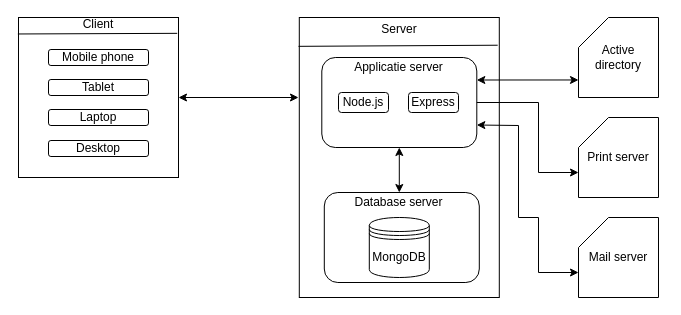
This is koeskoes/5.PostGame/Documenten/Software Guidebook/assets/infrastructure_architecture/infrastructure_architecture.drawio from HANICA-DWA/sep2021-project-koeskoes, a draw.io file, before an edit. Source tidied: cells renumbered, new cells numbered last; positions are measured from the earlier drawing's top-left corner, leaving out a move shared by most shapes. Both pictures are drawn from the tidied source at 100%, with x=0, y=0 at pixel (18, 17).
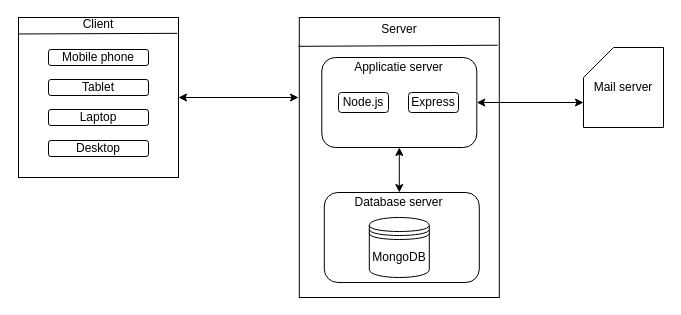
The same page after the edit.

Commit message (it also covers changes not shown here):
2 dingen weggehaald die wij niet hebben

Unchanged cells that the change refers to:
```xml
<mxCell id="17" style="rounded=1;whiteSpace=wrap;html=1;" parent="10" vertex="1">
  <mxGeometry x="22.5" y="40" width="155" height="90" as="geometry" />
</mxCell>
```

What changed in the source:
```diff
@@
-    <mxCell id="22" value="Print server" style="shape=card;whiteSpace=wrap;html=1;" parent="1" vertex="1">
-      <mxGeometry x="560" y="100" width="80" height="80" as="geometry" />
-    </mxCell>
     <mxCell id="23" value="Mail server" style="shape=card;whiteSpace=wrap;html=1;" parent="1" vertex="1">
-      <mxGeometry x="560" y="200" width="80" height="80" as="geometry" />
+      <mxGeometry x="565" y="30" width="80" height="80" as="geometry" />
     </mxCell>
-    <mxCell id="24" value="Active directory" style="shape=card;whiteSpace=wrap;html=1;" parent="1" vertex="1">
-      <mxGeometry x="560" width="80" height="80" as="geometry" />
-    </mxCell>
@@
-    <mxCell id="26" style="endArrow=classic;startArrow=classic;html=1;rounded=0;exitX=1;exitY=0.25;exitDx=0;exitDy=0;entryX=0;entryY=0.781;entryDx=0;entryDy=0;entryPerimeter=0;" parent="1" edge="1" source="17" target="24">
-      <mxGeometry relative="1" as="geometry" />
-    </mxCell>
-    <mxCell id="27" style="endArrow=classic;html=1;rounded=0;entryX=0;entryY=0;entryDx=0;entryDy=55;entryPerimeter=0;exitX=1;exitY=0.5;exitDx=0;exitDy=0;" parent="1" edge="1" source="17" target="22">
-      <mxGeometry relative="1" as="geometry">
-        <Array as="points">
-          <mxPoint x="520" y="85" />
-          <mxPoint x="520" y="155" />
-        </Array>
-      </mxGeometry>
-    </mxCell>
-    <mxCell id="28" style="endArrow=classic;startArrow=classic;html=1;rounded=0;entryX=0;entryY=0;entryDx=0;entryDy=55;entryPerimeter=0;exitX=1;exitY=0.75;exitDx=0;exitDy=0;" parent="1" edge="1" source="17" target="23">
-      <mxGeometry relative="1" as="geometry">
-        <Array as="points">
-          <mxPoint x="500" y="108" />
-          <mxPoint x="500" y="200" />
-          <mxPoint x="520" y="200" />
-          <mxPoint x="520" y="255" />
-        </Array>
-      </mxGeometry>
+    <mxCell id="28" style="endArrow=classic;startArrow=classic;html=1;rounded=0;entryX=0;entryY=0;entryDx=0;entryDy=55;entryPerimeter=0;exitX=1;exitY=0.5;exitDx=0;exitDy=0;" parent="1" edge="1" source="17" target="23">
+      <mxGeometry relative="1" as="geometry" />
     </mxCell>
```
